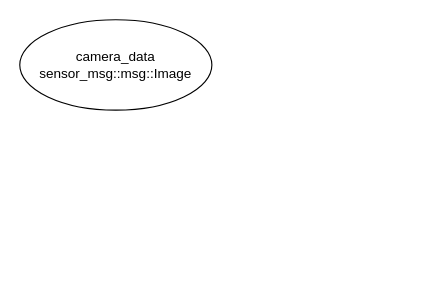
This is d5相关.drawio from Jev0987/drawioFile, a draw.io file, before an edit. Source tidied: cells renumbered, new cells numbered last; positions are measured from the earlier drawing's top-left corner, leaving out a move shared by most shapes. Both pictures are drawn from the tidied source at 113%, with x=0, y=0 at pixel (19, 19).
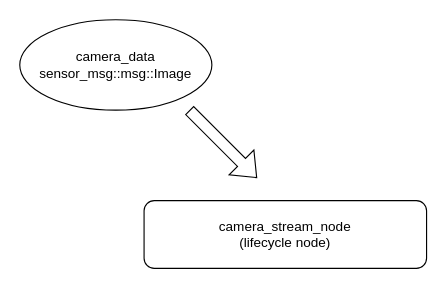
After the change.

What changed in the source:
```diff
@@
 <mxGraphModel>
   <root>
     <mxCell id="0" />
     <mxCell id="1" parent="0" />
     <mxCell id="2" value="camera_data&lt;div&gt;sensor_msg::msg::Image&lt;/div&gt;" style="ellipse;whiteSpace=wrap;html=1;" parent="1" vertex="1">
       <mxGeometry width="170" height="80" as="geometry" />
     </mxCell>
+    <mxCell id="3" value="camera_stream_node&lt;div&gt;(lifecycle node)&lt;/div&gt;" style="rounded=1;whiteSpace=wrap;html=1;" parent="1" vertex="1">
+      <mxGeometry x="110" y="160" width="250" height="60" as="geometry" />
+    </mxCell>
+    <mxCell id="4" style="shape=flexArrow;endArrow=classic;html=1;rounded=0;" parent="1" edge="1">
+      <mxGeometry relative="1" as="geometry">
+        <mxPoint x="150" y="80" as="sourcePoint" />
+        <mxPoint x="210" y="140" as="targetPoint" />
+      </mxGeometry>
+    </mxCell>
   </root>
 </mxGraphModel>
```
